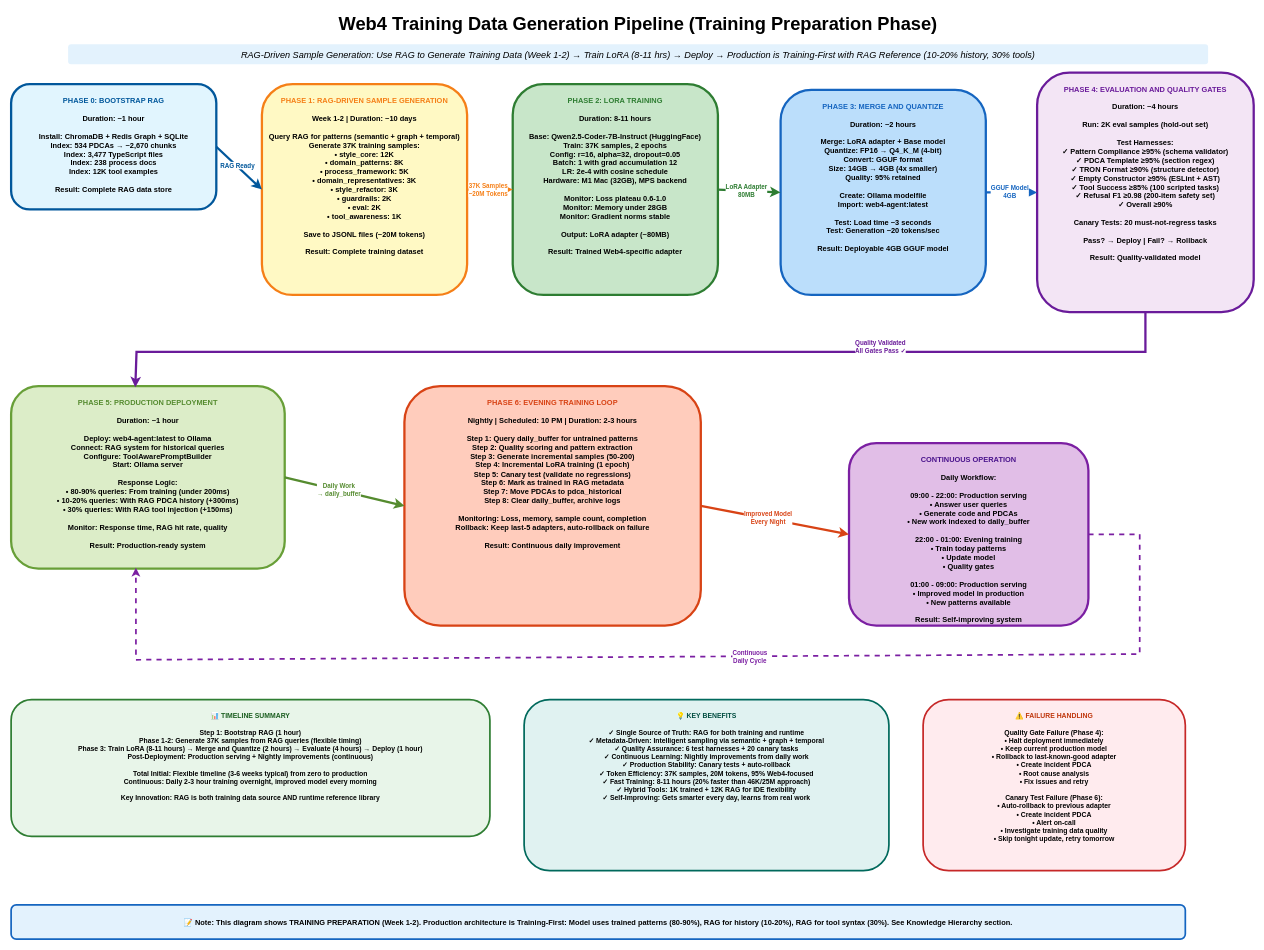
Earlier version of the draw.io diagram page "RAG-First Training Pipeline" (2 of 5) of Training/Web4_Balanced_Training_Architecture.drawio (hannesnortje/LLM_Training). Source tidied: cells renumbered, new cells numbered last; positions are measured from the earlier drawing's top-left corner, leaving out a move shared by most shapes. Both pictures are drawn from the tidied source at 57%, with x=0, y=0 at pixel (11, 10).
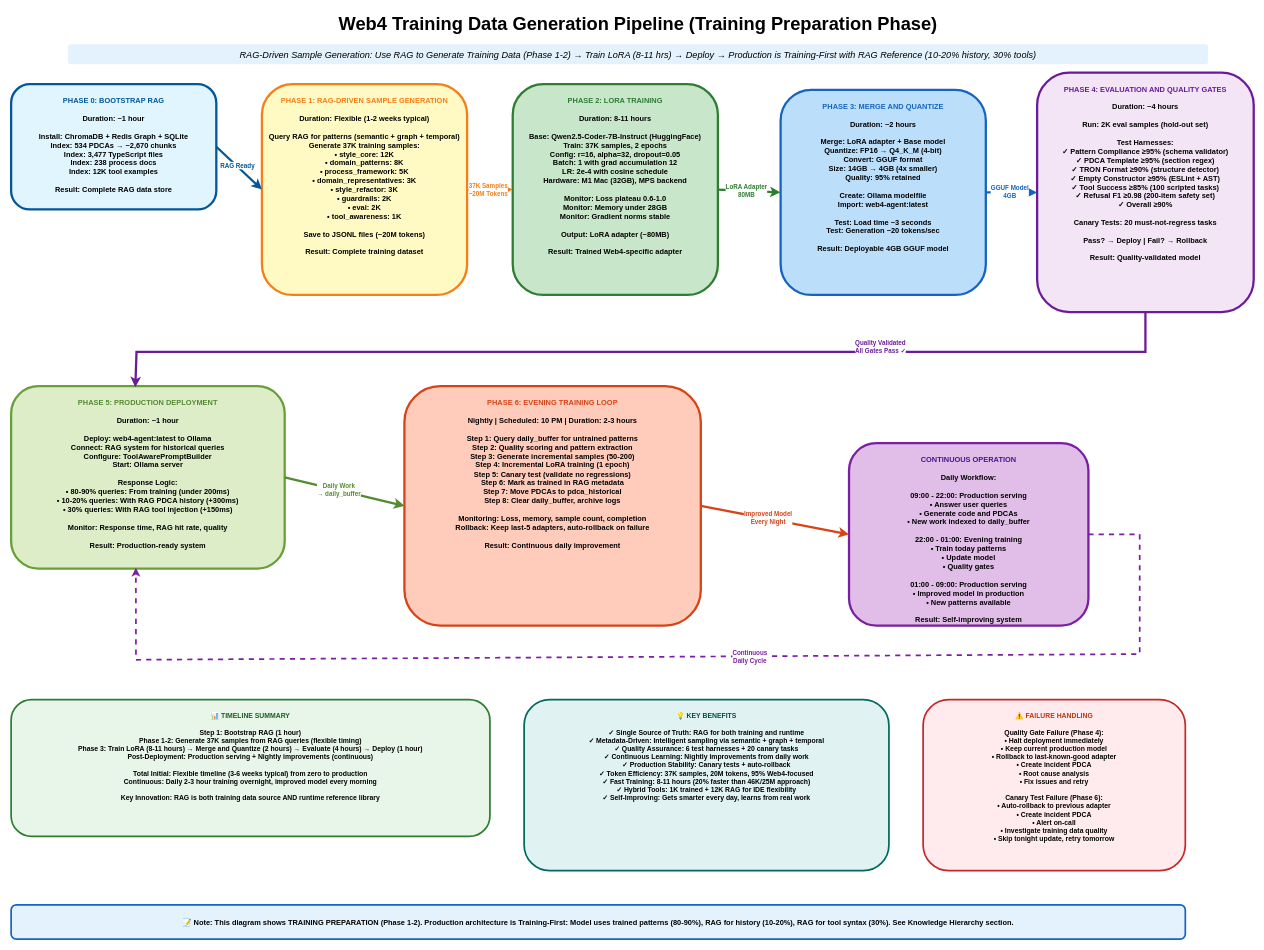
The same diagram, later.

Commit message (it also covers changes not shown here):
Final cleanup: Remove ALL remaining Week references from tooltips

What changed in the source:
```diff
@@
-    <mxCell id="3" value="RAG-Driven Sample Generation: Use RAG to Generate Training Data (Week 1-2) → Train LoRA (8-11 hrs) → Deploy → Production is Training-First with RAG Reference (10-20% history, 30% tools)" style="text;html=1;strokeColor=none;fillColor=#E3F2FD;align=center;verticalAlign=middle;whiteSpace=wrap;rounded=1;fontSize=16;fontStyle=2;" parent="1" vertex="1">
+    <mxCell id="3" value="RAG-Driven Sample Generation: Use RAG to Generate Training Data (Phase 1-2) → Train LoRA (8-11 hrs) → Deploy → Production is Training-First with RAG Reference (10-20% history, 30% tools)" style="text;html=1;strokeColor=none;fillColor=#E3F2FD;align=center;verticalAlign=middle;whiteSpace=wrap;rounded=1;fontSize=16;fontStyle=2;" parent="1" vertex="1">
       <mxGeometry x="100" y="60" width="2000" height="35" as="geometry" />
     </mxCell>
@@
-    <mxCell id="5" value="&lt;font color=&quot;#F57F17&quot;&gt;PHASE 1: RAG-DRIVEN SAMPLE GENERATION&lt;/font&gt;&#10;&#10;Week 1-2 | Duration: ~10 days&#10;&#10;Query RAG for patterns (semantic + graph + temporal)&#10;Generate 37K training samples:&#10;• style_core: 12K&#10;• domain_patterns: 8K&#10;• process_framework: 5K&#10;• domain_representatives: 3K&#10;• style_refactor: 3K&#10;• guardrails: 2K&#10;• eval: 2K&#10;• tool_awareness: 1K&#10;&#10;Save to JSONL files (~20M tokens)&#10;&#10;Result: Complete training dataset" style="rounded=1;whiteSpace=wrap;html=1;fillColor=#FFF9C4;strokeColor=#F57F17;strokeWidth=4;fontSize=13;fontStyle=1;verticalAlign=top;spacingTop=15;" parent="1" vertex="1">
+    <mxCell id="5" value="&lt;font color=&quot;#F57F17&quot;&gt;PHASE 1: RAG-DRIVEN SAMPLE GENERATION&lt;/font&gt;&#10;&#10;Duration: Flexible (1-2 weeks typical)&#10;&#10;Query RAG for patterns (semantic + graph + temporal)&#10;Generate 37K training samples:&#10;• style_core: 12K&#10;• domain_patterns: 8K&#10;• process_framework: 5K&#10;• domain_representatives: 3K&#10;• style_refactor: 3K&#10;• guardrails: 2K&#10;• eval: 2K&#10;• tool_awareness: 1K&#10;&#10;Save to JSONL files (~20M tokens)&#10;&#10;Result: Complete training dataset" style="rounded=1;whiteSpace=wrap;html=1;fillColor=#FFF9C4;strokeColor=#F57F17;strokeWidth=4;fontSize=13;fontStyle=1;verticalAlign=top;spacingTop=15;" parent="1" vertex="1">
       <mxGeometry x="440" y="130" width="360" height="370" as="geometry" />
     </mxCell>
@@
-    <mxCell id="31" value="📝 Note: This diagram shows TRAINING PREPARATION (Week 1-2). Production architecture is Training-First: Model uses trained patterns (80-90%), RAG for history (10-20%), RAG for tool syntax (30%). See Knowledge Hierarchy section." style="rounded=1;whiteSpace=wrap;html=1;fillColor=#E3F2FD;strokeColor=#1565C0;strokeWidth=3;align=center;verticalAlign=middle;fontSize=13;fontStyle=1;" parent="1" vertex="1">
+    <mxCell id="31" value="📝 Note: This diagram shows TRAINING PREPARATION (Phase 1-2). Production architecture is Training-First: Model uses trained patterns (80-90%), RAG for history (10-20%), RAG for tool syntax (30%). See Knowledge Hierarchy section." style="rounded=1;whiteSpace=wrap;html=1;fillColor=#E3F2FD;strokeColor=#1565C0;strokeWidth=3;align=center;verticalAlign=middle;fontSize=13;fontStyle=1;" parent="1" vertex="1">
       <mxGeometry y="1570" width="2060" height="60" as="geometry" />
     </mxCell>
```
